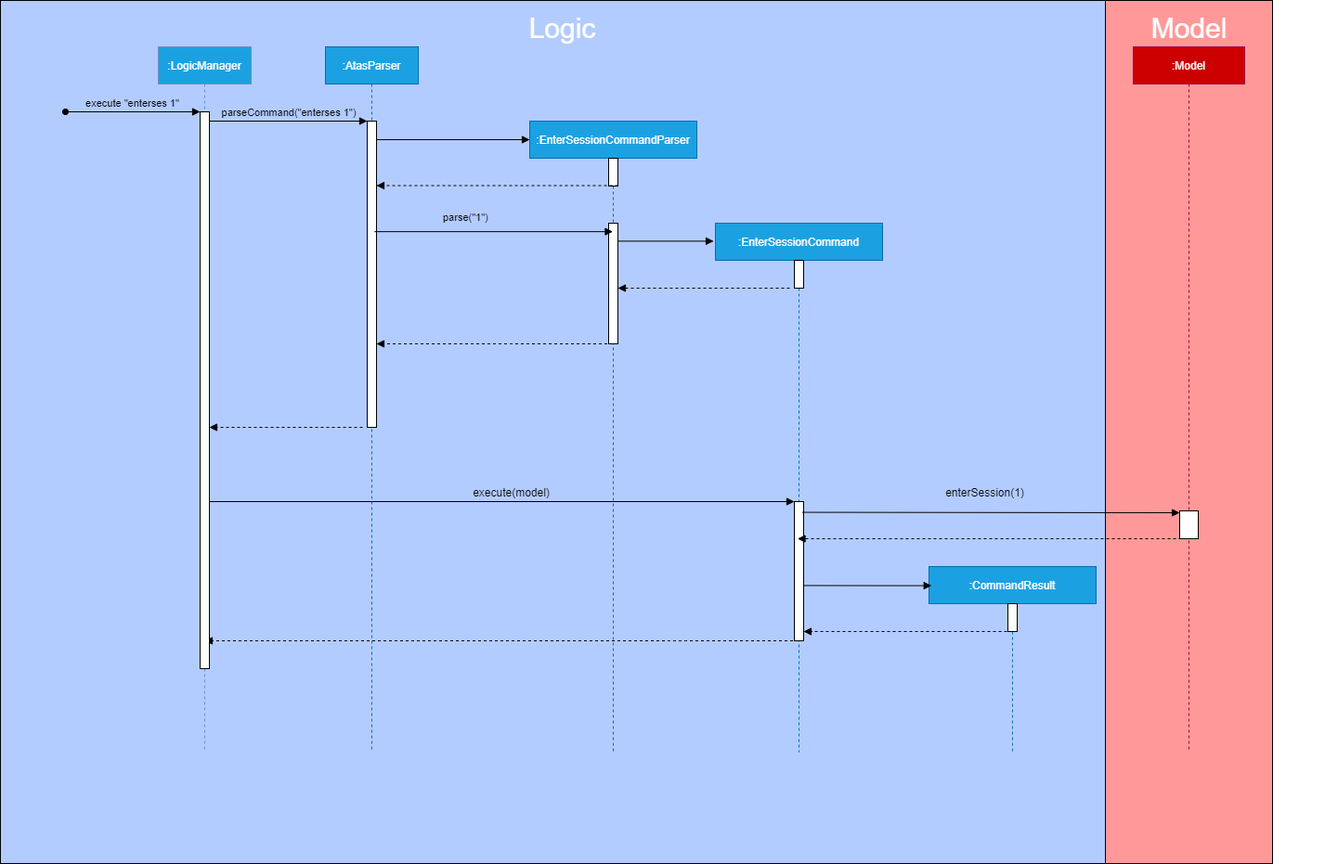
This is docs/images/EnterSessionSequenceDiagram.png from nweiyue/tp, a draw.io export, as it was before one commit. Source tidied: cells renumbered, new cells last; positions are measured from the earlier drawing's top-left corner, leaving out a move shared by most shapes.
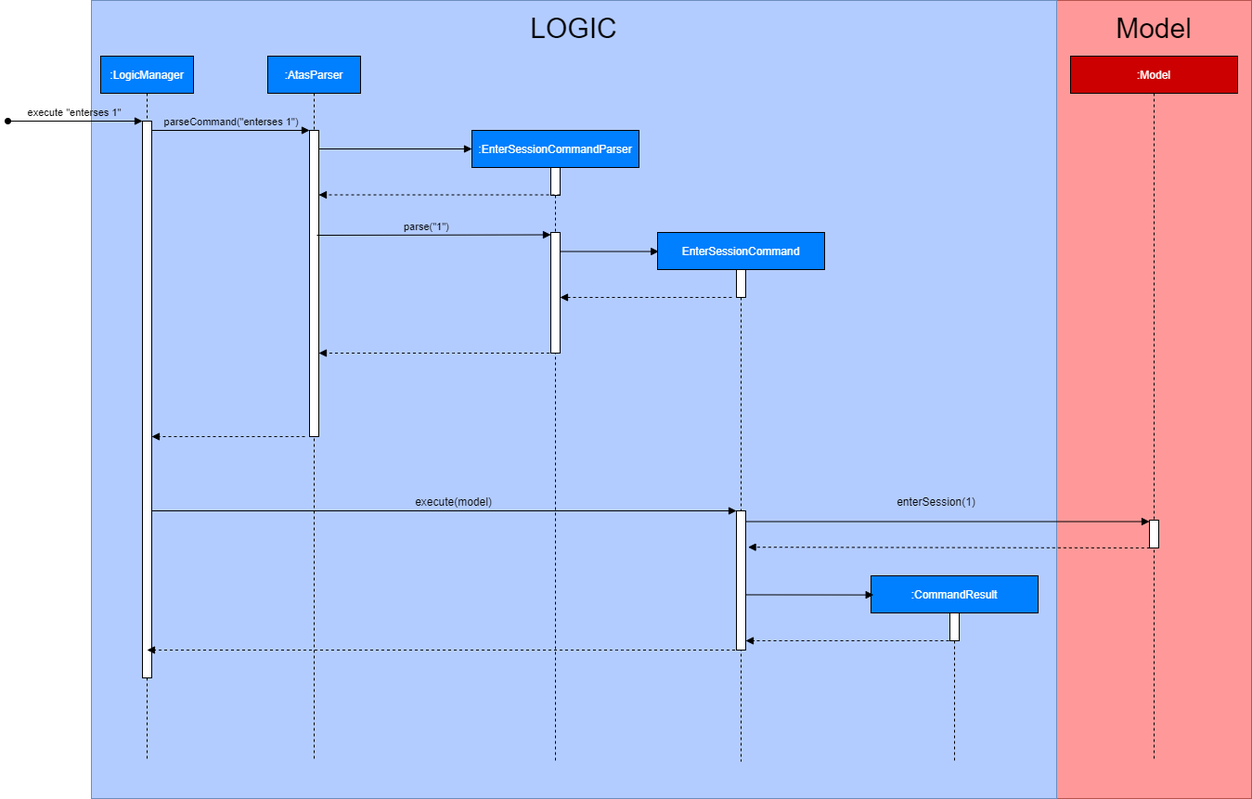
After the change.

Commit message:
Update colours of sequence diagram

Change to the diagram source:
```diff
@@ -1,20 +1,26 @@
-<mxGraphModel background="#FFFFFF">
+<mxGraphModel>
   <root>
     <mxCell id="0" />
     <mxCell id="1" parent="0" />
-    <mxCell id="2" style="rounded=0;whiteSpace=wrap;html=1;labelBackgroundColor=#FF3333;fillColor=#FF9999;fontColor=#FFFFFF;" parent="1" vertex="1">
-      <mxGeometry x="1190" width="180" height="930" as="geometry" />
-    </mxCell>
-    <mxCell id="3" style="rounded=0;whiteSpace=wrap;html=1;labelBackgroundColor=#FF3333;fontColor=#FFFFFF;labelBorderColor=#F0F0F0;fillColor=#B3CCFF;" parent="1" vertex="1">
-      <mxGeometry width="1190" height="930" as="geometry" />
-    </mxCell>
+    <mxCell id="40" style="rounded=0;whiteSpace=wrap;html=1;strokeColor=#b85450;fillColor=#FF9999;" parent="1" vertex="1">
+      <mxGeometry x="1200" y="-10" width="210" height="860" as="geometry" />
+    </mxCell>
+    <mxCell id="41" style="rounded=0;whiteSpace=wrap;html=1;strokeColor=#6c8ebf;fillColor=#B3CCFF;" parent="1" vertex="1">
+      <mxGeometry x="160" y="-10" width="1040" height="860" as="geometry" />
+    </mxCell>
+    <mxCell id="38" style="verticalAlign=bottom;endArrow=block;shadow=0;strokeWidth=1;dashed=1;exitX=0.036;exitY=1;exitDx=0;exitDy=0;exitPerimeter=0;entryX=0.542;entryY=0.595;entryDx=0;entryDy=0;entryPerimeter=0;" parent="1" edge="1" source="27" target="16">
+      <mxGeometry relative="1" as="geometry" />
+    </mxCell>
+    <mxCell id="37" style="verticalAlign=bottom;endArrow=block;shadow=0;strokeWidth=1;exitX=0.867;exitY=0.077;exitDx=0;exitDy=0;exitPerimeter=0;" parent="1" edge="1" source="18" target="27">
+      <mxGeometry relative="1" as="geometry" />
+    </mxCell>
     <mxCell id="4" style="verticalAlign=bottom;endArrow=block;shadow=0;strokeWidth=1;" parent="1" edge="1">
       <mxGeometry relative="1" as="geometry">
         <mxPoint x="220" y="540" as="sourcePoint" />
         <mxPoint x="855" y="540" as="targetPoint" />
       </mxGeometry>
     </mxCell>
-    <mxCell id="5" value=":EnterSessionCommandParser" style="shape=umlLifeline;perimeter=lifelinePerimeter;rounded=0;shadow=0;strokeWidth=1;fillColor=#1ba1e2;strokeColor=#006EAF;fontColor=#ffffff;" parent="1" vertex="1">
+    <mxCell id="5" value=":EnterSessionCommandParser" style="shape=umlLifeline;perimeter=lifelinePerimeter;rounded=0;shadow=0;strokeWidth=1;fillColor=#007FFF;fontColor=#FFFFFF;" parent="1" vertex="1">
       <mxGeometry x="570" y="130" width="180" height="680" as="geometry" />
     </mxCell>
     <mxCell id="6" style="perimeter=orthogonalPerimeter;rounded=0;shadow=0;strokeWidth=1;" parent="5" vertex="1">
@@ -29,10 +35,18 @@
         <mxPoint x="570" y="150" as="targetPoint" />
       </mxGeometry>
     </mxCell>
-    <mxCell id="9" value=":LogicManager" style="shape=umlLifeline;perimeter=lifelinePerimeter;rounded=0;shadow=0;strokeWidth=1;labelBackgroundColor=none;strokeColor=#6c8ebf;fillColor=#1BA1E2;fontColor=#FFFFFF;" parent="1" vertex="1">
+    <mxCell id="9" value=":LogicManager" style="shape=umlLifeline;perimeter=lifelinePerimeter;rounded=0;shadow=0;strokeWidth=1;fillColor=#007FFF;fontColor=#FFFFFF;" parent="1" vertex="1">
       <mxGeometry x="170" y="50" width="100" height="760" as="geometry" />
     </mxCell>
+    <mxCell id="33" style="points=[];perimeter=orthogonalPerimeter;rounded=0;shadow=0;strokeWidth=1;" parent="9" vertex="1">
+      <mxGeometry x="45" y="70" width="10" height="600" as="geometry" />
+    </mxCell>
+    <mxCell id="34" value="execute &quot;enterses 1&quot;" style="verticalAlign=bottom;startArrow=oval;endArrow=block;shadow=0;strokeWidth=1;labelBackgroundColor=none;" parent="9" edge="1" target="33">
+      <mxGeometry relative="1" as="geometry">
+        <mxPoint x="-100" y="70" as="sourcePoint" />
+      </mxGeometry>
+    </mxCell>
-    <mxCell id="10" value=":AtasParser" style="shape=umlLifeline;perimeter=lifelinePerimeter;rounded=0;shadow=0;strokeWidth=1;fillColor=#1ba1e2;strokeColor=#006EAF;fontColor=#ffffff;" parent="1" vertex="1">
+    <mxCell id="10" value=":AtasParser" style="shape=umlLifeline;perimeter=lifelinePerimeter;rounded=0;shadow=0;strokeWidth=1;fillColor=#007FFF;fontColor=#FFFFFF;" parent="1" vertex="1">
       <mxGeometry x="350" y="50" width="100" height="760" as="geometry" />
     </mxCell>
     <mxCell id="11" style="points=[];perimeter=orthogonalPerimeter;rounded=0;shadow=0;strokeWidth=1;" parent="10" vertex="1">
@@ -46,13 +60,10 @@
         <mxPoint x="665" y="199.5" as="sourcePoint" />
       </mxGeometry>
     </mxCell>
-    <mxCell id="14" value="&lt;span style=&quot;color: rgb(0 , 0 , 0) ; font-family: &amp;#34;helvetica&amp;#34; ; font-size: 11px ; font-style: normal ; font-weight: 400 ; letter-spacing: normal ; text-align: center ; text-indent: 0px ; text-transform: none ; word-spacing: 0px ; display: inline ; float: none&quot;&gt;parse(&quot;1&quot;)&lt;/span&gt;" style="text;whiteSpace=wrap;html=1;" parent="1" vertex="1">
-      <mxGeometry x="475" y="220" width="160" height="30" as="geometry" />
-    </mxCell>
-    <mxCell id="15" style="verticalAlign=bottom;endArrow=block;shadow=0;strokeWidth=1;entryX=-0.011;entryY=0.034;entryDx=0;entryDy=0;entryPerimeter=0;" parent="1" edge="1" source="7" target="16">
+    <mxCell id="15" style="verticalAlign=bottom;endArrow=block;shadow=0;strokeWidth=1;entryX=0.007;entryY=0.036;entryDx=0;entryDy=0;entryPerimeter=0;" parent="1" edge="1" source="7" target="16">
       <mxGeometry relative="1" as="geometry" />
     </mxCell>
-    <mxCell id="16" value=":EnterSessionCommand" style="shape=umlLifeline;perimeter=lifelinePerimeter;rounded=0;shadow=0;strokeWidth=1;fillColor=#1ba1e2;strokeColor=#006EAF;fontColor=#ffffff;" parent="1" vertex="1">
+    <mxCell id="16" value="EnterSessionCommand" style="shape=umlLifeline;perimeter=lifelinePerimeter;rounded=0;shadow=0;strokeWidth=1;fillColor=#007FFF;fontColor=#FFFFFF;" parent="1" vertex="1">
       <mxGeometry x="770" y="240" width="180" height="570" as="geometry" />
     </mxCell>
     <mxCell id="17" style="perimeter=orthogonalPerimeter;rounded=0;shadow=0;strokeWidth=1;" parent="16" vertex="1">
@@ -69,7 +80,7 @@
     <mxCell id="20" value="execute(model)" style="text;html=1;align=center;verticalAlign=middle;" parent="1" vertex="1">
       <mxGeometry x="500" y="520" width="100" height="20" as="geometry" />
     </mxCell>
-    <mxCell id="21" value=":CommandResult" style="shape=umlLifeline;perimeter=lifelinePerimeter;rounded=0;shadow=0;strokeWidth=1;fillColor=#1ba1e2;strokeColor=#006EAF;fontColor=#ffffff;" parent="1" vertex="1">
+    <mxCell id="21" value=":CommandResult" style="shape=umlLifeline;perimeter=lifelinePerimeter;rounded=0;shadow=0;strokeWidth=1;fillColor=#007FFF;fontColor=#FFFFFF;" parent="1" vertex="1">
       <mxGeometry x="1000" y="610" width="180" height="200" as="geometry" />
     </mxCell>
     <mxCell id="22" style="perimeter=orthogonalPerimeter;rounded=0;shadow=0;strokeWidth=1;" parent="21" vertex="1">
@@ -95,20 +106,16 @@
         <mxPoint x="1090" y="680" as="sourcePoint" />
       </mxGeometry>
     </mxCell>
-    <mxCell id="26" value=":Model" style="shape=umlLifeline;perimeter=lifelinePerimeter;rounded=0;shadow=0;strokeWidth=1;strokeColor=#A50040;fontColor=#ffffff;labelBorderColor=none;labelBackgroundColor=none;fillColor=#CC0000;" parent="1" vertex="1">
-      <mxGeometry x="1220" y="50" width="120" height="760" as="geometry" />
+    <mxCell id="26" value=":Model" style="shape=umlLifeline;perimeter=lifelinePerimeter;rounded=0;shadow=0;strokeWidth=1;fillColor=#CC0000;fontColor=#FFFFFF;" parent="1" vertex="1">
+      <mxGeometry x="1215" y="50" width="180" height="760" as="geometry" />
     </mxCell>
-    <mxCell id="27" style="points=[];perimeter=orthogonalPerimeter;rounded=0;shadow=0;strokeWidth=1;" parent="26" vertex="1">
-      <mxGeometry x="50" y="500" width="20" height="30" as="geometry" />
-    </mxCell>
-    <mxCell id="28" value="&lt;font style=&quot;font-size: 30px&quot; color=&quot;#ffffff&quot;&gt;Model&lt;/font&gt;" style="text;html=1;align=center;verticalAlign=middle;" parent="26" vertex="1">
-      <mxGeometry x="10" y="-30" width="100" height="20" as="geometry" />
-    </mxCell>
     <mxCell id="29" style="verticalAlign=bottom;endArrow=block;shadow=0;strokeWidth=1;exitX=0.528;exitY=0.685;exitDx=0;exitDy=0;exitPerimeter=0;entryX=0.015;entryY=0.103;entryDx=0;entryDy=0;entryPerimeter=0;" parent="1" edge="1" source="16" target="21">
       <mxGeometry relative="1" as="geometry" />
     </mxCell>
-    <mxCell id="30" style="verticalAlign=bottom;endArrow=block;shadow=0;strokeWidth=1;exitX=0.783;exitY=0.361;exitDx=0;exitDy=0;exitPerimeter=0;" parent="1" edge="1" source="11" target="5">
-      <mxGeometry relative="1" as="geometry" />
+    <mxCell id="30" style="verticalAlign=bottom;endArrow=block;shadow=0;strokeWidth=1;entryX=1;entryY=0.75;entryDx=0;entryDy=0;" parent="1" edge="1" target="14">
+      <mxGeometry relative="1" as="geometry">
+        <mxPoint x="403" y="243" as="sourcePoint" />
+      </mxGeometry>
     </mxCell>
     <mxCell id="31" style="verticalAlign=bottom;endArrow=block;shadow=0;strokeWidth=1;dashed=1;" parent="1" edge="1" target="33">
       <mxGeometry relative="1" as="geometry">
@@ -118,35 +125,20 @@
         </Array>
       </mxGeometry>
     </mxCell>
-    <mxCell id="32" value="&lt;font style=&quot;font-size: 30px&quot; color=&quot;#ffffff&quot;&gt;Logic&lt;/font&gt;" style="text;html=1;align=center;verticalAlign=middle;" parent="1" vertex="1">
-      <mxGeometry x="560" y="20" width="90" height="20" as="geometry" />
-    </mxCell>
-    <mxCell id="33" style="points=[];perimeter=orthogonalPerimeter;rounded=0;shadow=0;strokeWidth=1;" parent="1" vertex="1">
-      <mxGeometry x="215" y="120" width="10" height="600" as="geometry" />
-    </mxCell>
-    <mxCell id="34" value="execute &quot;enterses 1&quot;" style="verticalAlign=bottom;startArrow=oval;endArrow=block;shadow=0;strokeWidth=1;labelBackgroundColor=none;" parent="1" edge="1" target="33">
-      <mxGeometry x="120" y="80" as="geometry">
-        <mxPoint x="70" y="120" as="sourcePoint" />
-      </mxGeometry>
-    </mxCell>
-    <mxCell id="35" style="shape=umlLifeline;perimeter=lifelinePerimeter;rounded=0;shadow=0;strokeWidth=1;fontColor=#ffffff;fillColor=none;strokeColor=none;" parent="1" vertex="1">
-      <mxGeometry x="1280" y="250" width="160" height="270" as="geometry" />
-    </mxCell>
-    <mxCell id="36" style="perimeter=orthogonalPerimeter;rounded=0;shadow=0;strokeWidth=1;fillColor=none;strokeColor=none;" parent="35" vertex="1">
-      <mxGeometry x="75" y="40" width="10" height="20" as="geometry" />
-    </mxCell>
-    <mxCell id="37" style="verticalAlign=bottom;endArrow=block;shadow=0;strokeWidth=1;exitX=0.867;exitY=0.077;exitDx=0;exitDy=0;exitPerimeter=0;" parent="1" edge="1" source="18">
-      <mxGeometry relative="1" as="geometry">
-        <mxPoint x="1270" y="552" as="targetPoint" />
-      </mxGeometry>
-    </mxCell>
-    <mxCell id="38" style="verticalAlign=bottom;endArrow=block;shadow=0;strokeWidth=1;dashed=1;" parent="1" edge="1" target="16">
-      <mxGeometry relative="1" as="geometry">
-        <mxPoint x="1272" y="580" as="sourcePoint" />
-      </mxGeometry>
-    </mxCell>
     <mxCell id="39" value="enterSession(1)" style="text;html=1;align=center;verticalAlign=middle;" parent="1" vertex="1">
-      <mxGeometry x="1010" y="520" width="100" height="20" as="geometry" />
+      <mxGeometry x="1020" y="520" width="100" height="20" as="geometry" />
     </mxCell>
+    <mxCell id="27" style="points=[];perimeter=orthogonalPerimeter;rounded=0;shadow=0;strokeWidth=1;" parent="1" vertex="1">
+      <mxGeometry x="1300" y="550" width="10" height="30" as="geometry" />
+    </mxCell>
+    <mxCell id="14" value="&lt;span style=&quot;color: rgb(0 , 0 , 0) ; font-family: &amp;#34;helvetica&amp;#34; ; font-size: 11px ; font-style: normal ; font-weight: 400 ; letter-spacing: normal ; text-align: center ; text-indent: 0px ; text-transform: none ; word-spacing: 0px ; display: inline ; float: none&quot;&gt;parse(&quot;1&quot;)&lt;/span&gt;" style="text;whiteSpace=wrap;html=1;" parent="1" vertex="1">
+      <mxGeometry x="495" y="220" width="160" height="30" as="geometry" />
+    </mxCell>
+    <mxCell id="42" value="LOGIC" style="text;html=1;strokeColor=none;fillColor=none;align=center;verticalAlign=middle;whiteSpace=wrap;rounded=0;fontSize=30;" parent="1" vertex="1">
+      <mxGeometry x="625" width="110" height="40" as="geometry" />
+    </mxCell>
+    <mxCell id="28" value="Model" style="text;html=1;strokeColor=none;fillColor=none;align=center;verticalAlign=middle;whiteSpace=wrap;rounded=0;fontSize=30;" parent="1" vertex="1">
+      <mxGeometry x="1250" width="110" height="40" as="geometry" />
+    </mxCell>
   </root>
 </mxGraphModel>
```
